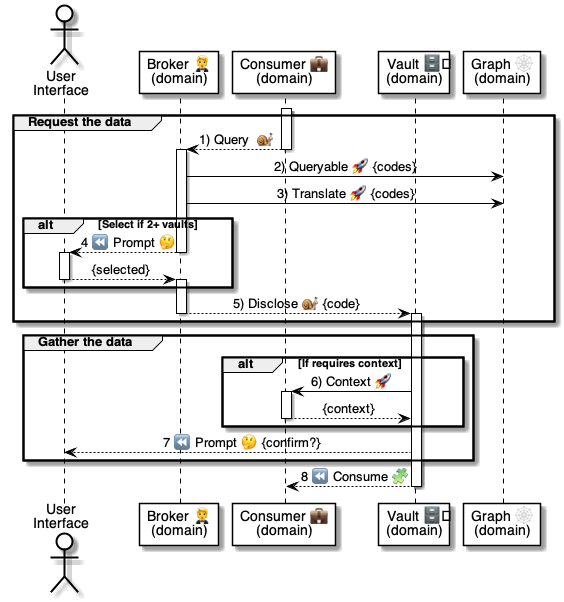
Above: 4 ⚙️ Solution/20 🧑‍🦰 UI/Wallets 🧑‍🦰/🧑‍🦰💬 Wallet chats/...in Prompts 🤔/Share Bind 👉🔗💼/🧑‍🦰 Share Bind ⚙️ uml.png in pollyweb-org/pollyweb-docs (PlantUML), before the change. Its source is kept beside it as 4 ⚙️ Solution/20 🧑‍🦰 UI/Wallets 🧑‍🦰/🧑‍🦰💬 Wallet chats/...in Prompts 🤔/Share Bind 👉🔗💼/🧑‍🦰 Share Bind ⚙️ uml.puml.
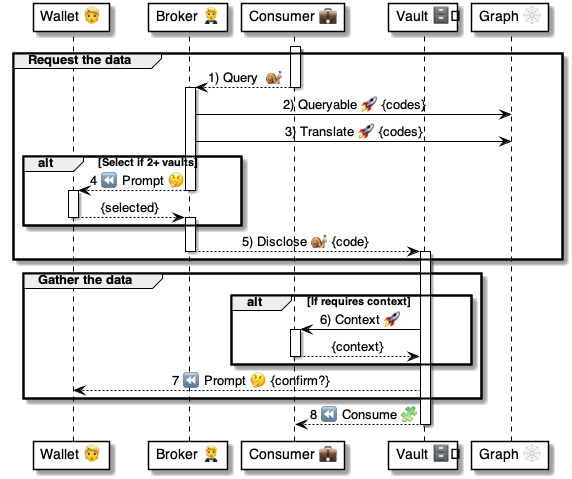
After the change.

Change to the diagram source:
```diff
@@ -1,11 +1,10 @@
 @startuml Wallet: Share()
 
-
-actor "User\nInterface" as user
-participant "Broker 🤵\n(domain)" as broker
-participant "Consumer 💼\n(domain)" as consumer
-participant "Vault 🗄️\n(domain)" as vault
-participant "Graph 🕸\n(domain)" as graph
+participant "Wallet 👱" as user
+participant "Broker 🤵" as broker
+participant "Consumer 💼" as consumer
+participant "Vault 🗄️" as vault
+participant "Graph 🕸" as graph
 
 
 activate consumer
```
